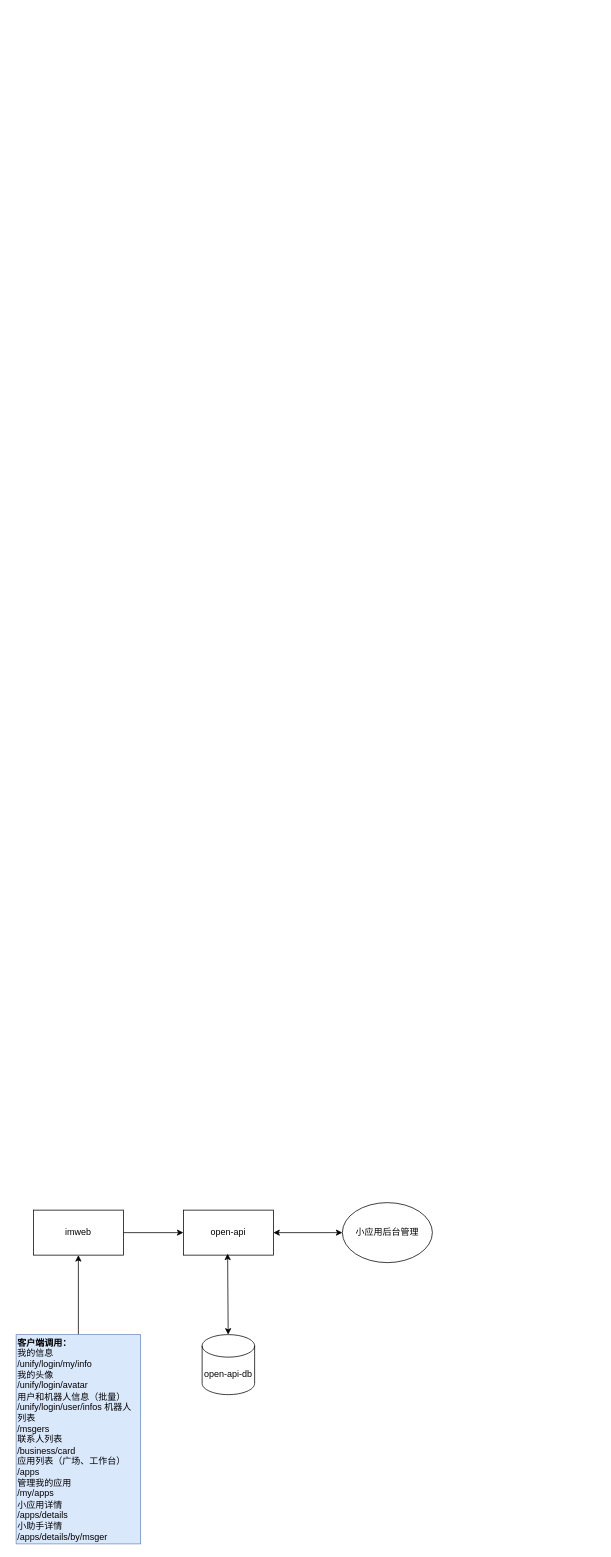
Earlier version of the draw.io diagram Untitled Diagram.drawio (panhf/tu). Source tidied: cells renumbered, new cells numbered last; positions are measured from the earlier drawing's top-left corner, leaving out a move shared by most shapes. Both pictures are drawn from the tidied source at 75%, with x=0, y=0 at pixel (16, 1202).
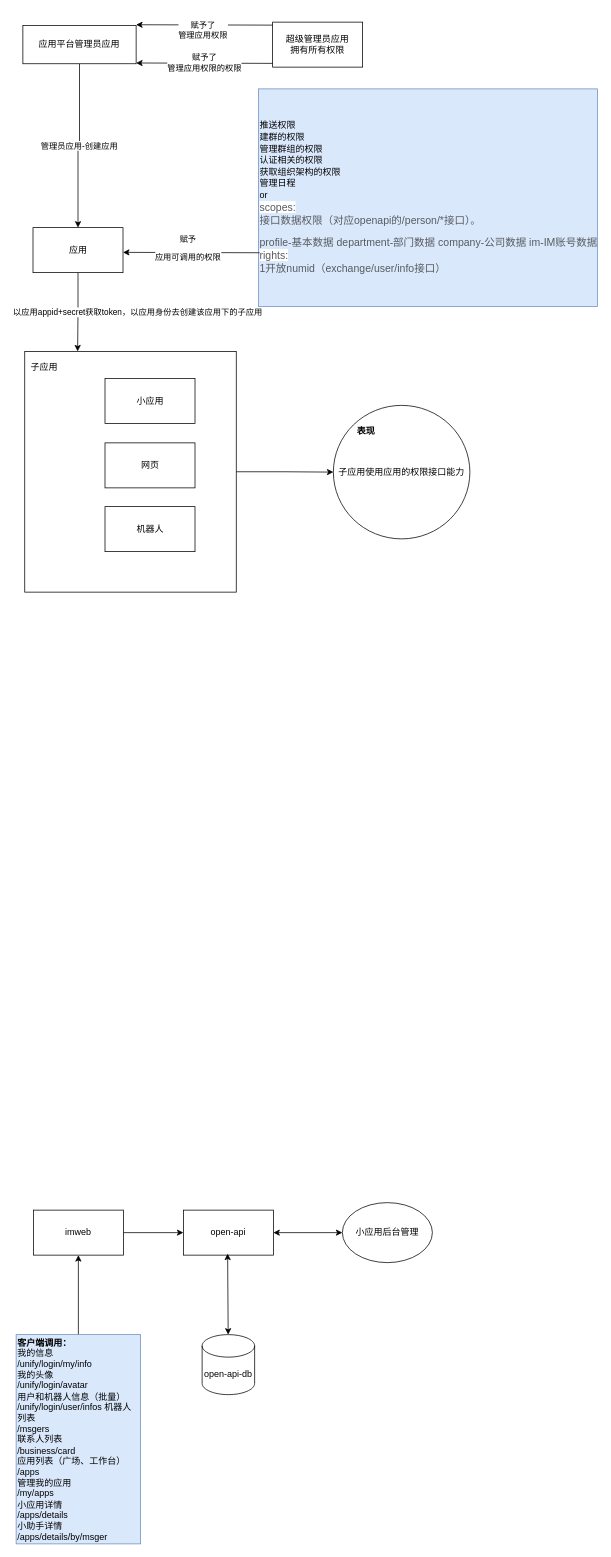
The same page after the edit.

Diff of the diagram source:
```diff
@@
+    <mxCell id="11" style="edgeStyle=orthogonalEdgeStyle;rounded=0;jettySize=auto;html=1;entryX=0;entryY=0.5;entryDx=0;entryDy=0;" parent="1" edge="1" source="12" target="26">
+      <mxGeometry relative="1" as="geometry" />
+    </mxCell>
+    <mxCell id="12" style="rounded=0;whiteSpace=wrap;html=1;" parent="1" vertex="1">
+      <mxGeometry x="11.5" y="-1135" width="282" height="321" as="geometry" />
+    </mxCell>
+    <mxCell id="13" value="子应用" style="text;html=1;align=center;verticalAlign=middle;strokeColor=none;fillColor=none;" parent="1" vertex="1">
+      <mxGeometry x="13.5" y="-1123" width="46" height="18" as="geometry" />
+    </mxCell>
+    <mxCell id="14" value="小应用" style="rounded=0;whiteSpace=wrap;html=1;" parent="1" vertex="1">
+      <mxGeometry x="118.5" y="-1099" width="120" height="60" as="geometry" />
+    </mxCell>
+    <mxCell id="15" value="机器人" style="whiteSpace=wrap;html=1;" parent="1" vertex="1">
+      <mxGeometry x="118.5" y="-928" width="120" height="60" as="geometry" />
+    </mxCell>
+    <mxCell id="16" value="网页" style="whiteSpace=wrap;html=1;" parent="1" vertex="1">
+      <mxGeometry x="118.5" y="-1013" width="120" height="60" as="geometry" />
+    </mxCell>
+    <mxCell id="17" value="管理员应用-创建应用" style="edgeStyle=orthogonalEdgeStyle;rounded=0;jettySize=auto;html=1;" parent="1" edge="1" source="18" target="20">
+      <mxGeometry relative="1" as="geometry" />
+    </mxCell>
+    <mxCell id="18" value="&lt;div style=&quot;text-align: left&quot;&gt;&lt;span&gt;应用平台管理员应用&lt;/span&gt;&lt;br&gt;&lt;/div&gt;" style="rounded=0;whiteSpace=wrap;html=1;" parent="1" vertex="1">
+      <mxGeometry x="9" y="-1569.5" width="151" height="51" as="geometry" />
+    </mxCell>
+    <mxCell id="19" value="以应用appid+secret获取token，以应用身份去创建该应用下的子应用" style="edgeStyle=orthogonalEdgeStyle;rounded=0;jettySize=auto;html=1;entryX=0.25;entryY=0;entryDx=0;entryDy=0;" parent="1" edge="1" source="20" target="12">
+      <mxGeometry y="-79" relative="1" as="geometry">
+        <mxPoint x="159" as="offset" />
+      </mxGeometry>
+    </mxCell>
+    <mxCell id="20" value="应用" style="rounded=0;whiteSpace=wrap;html=1;" parent="1" vertex="1">
+      <mxGeometry x="22.5" y="-1300" width="120" height="60" as="geometry" />
+    </mxCell>
+    <mxCell id="21" value="&lt;pre&gt;&lt;font face=&quot;Helvetica&quot;&gt;推送权限&lt;br&gt;建群的权限&lt;br&gt;管理群组的权限&lt;br&gt;认证相关的权限&lt;br&gt;获取组织架构的权限&lt;br&gt;管理日程&lt;br&gt;or&lt;br&gt;&lt;span style=&quot;color: rgb(86 , 90 , 95) ; font-size: 14px ; background-color: rgb(255 , 255 , 255)&quot;&gt;scopes:&lt;br&gt;&lt;/span&gt;&lt;font color=&quot;#565a5f&quot;&gt;&lt;span style=&quot;font-size: 14px&quot;&gt;接口数据权限（对应openapi的/person/*接口）。&lt;/span&gt;&lt;/font&gt;&lt;/font&gt;&lt;/pre&gt;&lt;pre&gt;&lt;font face=&quot;Helvetica&quot;&gt;&lt;font color=&quot;#565a5f&quot;&gt;&lt;span style=&quot;font-size: 14px&quot;&gt;profile-基本数据 department-部门数据 company-公司数据 im-IM账号数据&lt;/span&gt;&lt;/font&gt;&lt;br&gt;&lt;span style=&quot;color: rgb(86 , 90 , 95) ; font-size: 14px ; background-color: rgb(255 , 255 , 255)&quot;&gt;rights:&lt;/span&gt;&lt;br&gt;&lt;font color=&quot;#565a5f&quot;&gt;&lt;span style=&quot;font-size: 14px&quot;&gt;1开放numid（exchange/user/info接口）&lt;/span&gt;&lt;/font&gt;&lt;/font&gt;&lt;/pre&gt;" style="rounded=0;whiteSpace=wrap;html=1;align=left;fillColor=#dae8fc;strokeColor=#6c8ebf;" parent="1" vertex="1">
+      <mxGeometry x="323" y="-1485" width="452" height="290" as="geometry" />
+    </mxCell>
+    <mxCell id="22" value="超级管理员应用&lt;br&gt;拥有所有权限" style="rounded=0;whiteSpace=wrap;html=1;" parent="1" vertex="1">
+      <mxGeometry x="342" y="-1574" width="120" height="60" as="geometry" />
+    </mxCell>
+    <mxCell id="23" value="&lt;pre&gt;赋予了&lt;br&gt;管理应用权限&lt;/pre&gt;" style="endArrow=classic;html=1;rounded=0;entryX=1;entryY=0.5;entryDx=0;entryDy=0;" parent="1" edge="1">
+      <mxGeometry x="0.02" y="8" relative="1" as="geometry">
+        <mxPoint x="342" y="-1570" as="sourcePoint" />
+        <mxPoint x="160" y="-1570.5" as="targetPoint" />
+      </mxGeometry>
+    </mxCell>
+    <mxCell id="24" value="&lt;pre&gt;赋予了&lt;br&gt;管理应用权限的权限&lt;/pre&gt;" style="endArrow=classic;html=1;rounded=0;entryX=1;entryY=0.5;entryDx=0;entryDy=0;" parent="1" edge="1">
+      <mxGeometry relative="1" as="geometry">
+        <mxPoint x="342" y="-1519" as="sourcePoint" />
+        <mxPoint x="160" y="-1519.5" as="targetPoint" />
+      </mxGeometry>
+    </mxCell>
+    <mxCell id="25" value="&lt;pre&gt;赋予&lt;/pre&gt;&lt;pre&gt;应用可调用的权限&lt;br&gt;&lt;/pre&gt;" style="endArrow=classic;html=1;rounded=0;entryX=1;entryY=0.5;entryDx=0;entryDy=0;" parent="1" edge="1">
+      <mxGeometry x="0.05" y="-4" relative="1" as="geometry">
+        <mxPoint x="324.5" y="-1266.5" as="sourcePoint" />
+        <mxPoint x="142.5" y="-1267" as="targetPoint" />
+      </mxGeometry>
+    </mxCell>
+    <mxCell id="26" value="子应用使用应用的权限接口能力" style="ellipse;whiteSpace=wrap;html=1;" parent="1" vertex="1">
+      <mxGeometry x="423" y="-1063" width="182" height="178" as="geometry" />
+    </mxCell>
+    <mxCell id="27" value="表现" style="text;html=1;align=center;verticalAlign=middle;strokeColor=none;fillColor=none;fontStyle=1;" parent="1" vertex="1">
+      <mxGeometry x="449" y="-1037" width="34" height="18" as="geometry" />
+    </mxCell>
```
